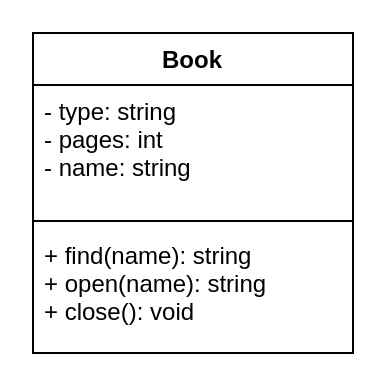
Before: Untitled Diagram.drawio in Nikita23072001/PP3, a draw.io diagram. Source tidied: cells renumbered, new cells numbered last; positions are measured from the earlier drawing's top-left corner, leaving out a move shared by most shapes. Both pictures are drawn from the tidied source at 200%, with x=0, y=0 at pixel (32, 32).
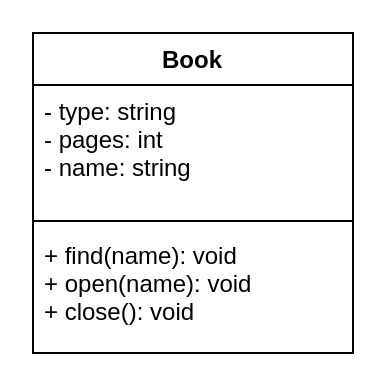
The same page after the edit.

The edit, as a diff of the source:
```diff
@@
 <mxGraphModel>
   <root>
     <mxCell id="0" />
     <mxCell id="1" parent="0" />
     <mxCell id="2" value="Book" style="swimlane;fontStyle=1;align=center;verticalAlign=top;horizontal=1;startSize=26;" parent="1" vertex="1">
       <mxGeometry width="160" height="160" as="geometry" />
     </mxCell>
     <mxCell id="3" value="- type: string&#10;- pages: int&#10;- name: string" style="text;strokeColor=none;fillColor=none;align=left;verticalAlign=top;spacingLeft=4;spacingRight=4;overflow=hidden;" parent="2" vertex="1">
       <mxGeometry y="26" width="160" height="64" as="geometry" />
     </mxCell>
     <mxCell id="4" style="line;strokeWidth=1;fillColor=none;align=left;verticalAlign=middle;spacingTop=-1;spacingLeft=3;spacingRight=3;labelPosition=right;" parent="2" vertex="1">
       <mxGeometry y="90" width="160" height="8" as="geometry" />
     </mxCell>
-    <mxCell id="5" value="+ find(name): string&#10;+ open(name): string&#10;+ close(): void" style="text;strokeColor=none;fillColor=none;align=left;verticalAlign=top;spacingLeft=4;spacingRight=4;overflow=hidden;" parent="2" vertex="1">
+    <mxCell id="5" value="+ find(name): void&#10;+ open(name): void&#10;+ close(): void" style="text;strokeColor=none;fillColor=none;align=left;verticalAlign=top;spacingLeft=4;spacingRight=4;overflow=hidden;" parent="2" vertex="1">
       <mxGeometry y="98" width="160" height="62" as="geometry" />
     </mxCell>
   </root>
 </mxGraphModel>
```
